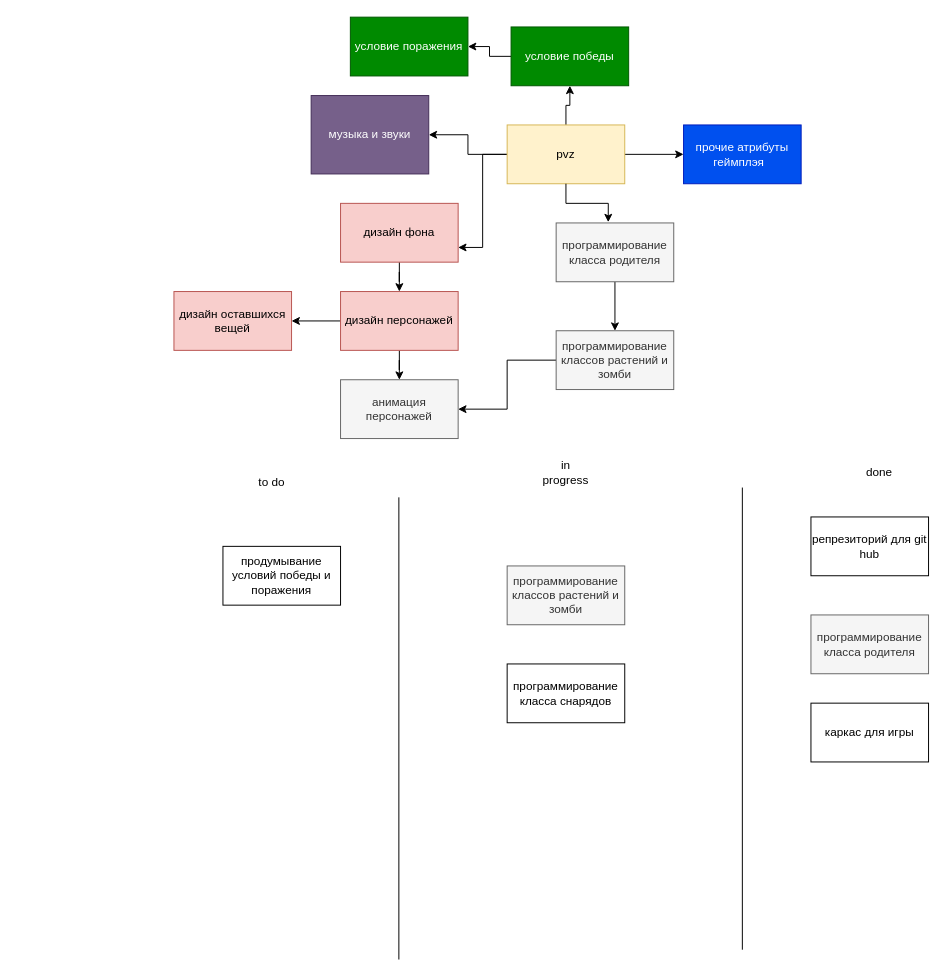
NeNeProgrammist/trees_and_beavers keeps this draw.io diagram as схема игры treas vs beavers.drawio. Above is the earlier version. Source tidied: cells renumbered, new cells numbered last; positions are measured from the earlier drawing's top-left corner, leaving out a move shared by most shapes. Both pictures are drawn from the tidied source at 98%, with x=0, y=0 at pixel (173, 17).
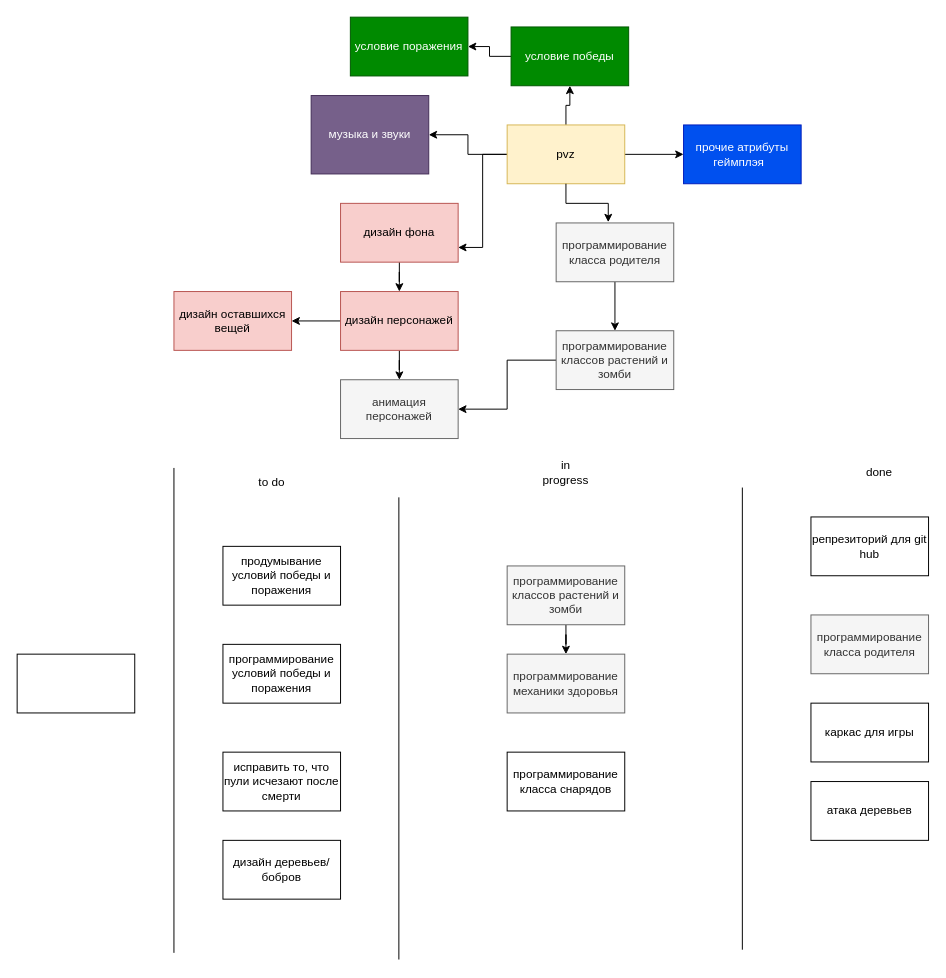
Above is the later version.

Unchanged cells that the change refers to:
```xml
<mxCell id="27" value="программирование классов растений и зомби" style="rounded=0;whiteSpace=wrap;html=1;fillColor=#f5f5f5;fontColor=#333333;strokeColor=#666666;" parent="1" vertex="1">
  <mxGeometry x="340" y="560" width="120" height="60" as="geometry" />
</mxCell>
```

What changed in the source:
```diff
@@
+    <mxCell id="35" style="edgeStyle=orthogonalEdgeStyle;rounded=0;jettySize=auto;html=1;" parent="1" edge="1" source="27" target="39">
+      <mxGeometry relative="1" as="geometry" />
+    </mxCell>
@@
     <mxCell id="34" value="программирование класса снарядов" style="rounded=0;whiteSpace=wrap;html=1;" parent="1" vertex="1">
-      <mxGeometry x="340" y="660" width="120" height="60" as="geometry" />
+      <mxGeometry x="340" y="750" width="120" height="60" as="geometry" />
     </mxCell>
+    <mxCell id="36" style="rounded=0;whiteSpace=wrap;html=1;" parent="1" vertex="1">
+      <mxGeometry x="-160" y="650" width="120" height="60" as="geometry" />
+    </mxCell>
+    <mxCell id="37" style="endArrow=none;html=1;rounded=0;" parent="1" edge="1">
+      <mxGeometry relative="1" as="geometry">
+        <mxPoint y="954.8" as="sourcePoint" />
+        <mxPoint y="460" as="targetPoint" />
+      </mxGeometry>
+    </mxCell>
+    <mxCell id="38" value="программирование условий победы и поражения" style="rounded=0;whiteSpace=wrap;html=1;" parent="1" vertex="1">
+      <mxGeometry x="50" y="640" width="120" height="60" as="geometry" />
+    </mxCell>
+    <mxCell id="39" value="программирование механики здоровья" style="whiteSpace=wrap;html=1;fillColor=#f5f5f5;strokeColor=#666666;fontColor=#333333;rounded=0;" parent="1" vertex="1">
+      <mxGeometry x="340" y="650" width="120" height="60" as="geometry" />
+    </mxCell>
+    <mxCell id="40" value="атака деревьев" style="whiteSpace=wrap;html=1;rounded=0;" parent="1" vertex="1">
+      <mxGeometry x="650" y="780" width="120" height="60" as="geometry" />
+    </mxCell>
+    <mxCell id="41" value="исправить то, что пули исчезают после смерти" style="rounded=0;whiteSpace=wrap;html=1;" parent="1" vertex="1">
+      <mxGeometry x="50" y="750" width="120" height="60" as="geometry" />
+    </mxCell>
+    <mxCell id="42" value="дизайн деревьев/бобров" style="rounded=0;whiteSpace=wrap;html=1;" parent="1" vertex="1">
+      <mxGeometry x="50" y="840" width="120" height="60" as="geometry" />
+    </mxCell>
```
